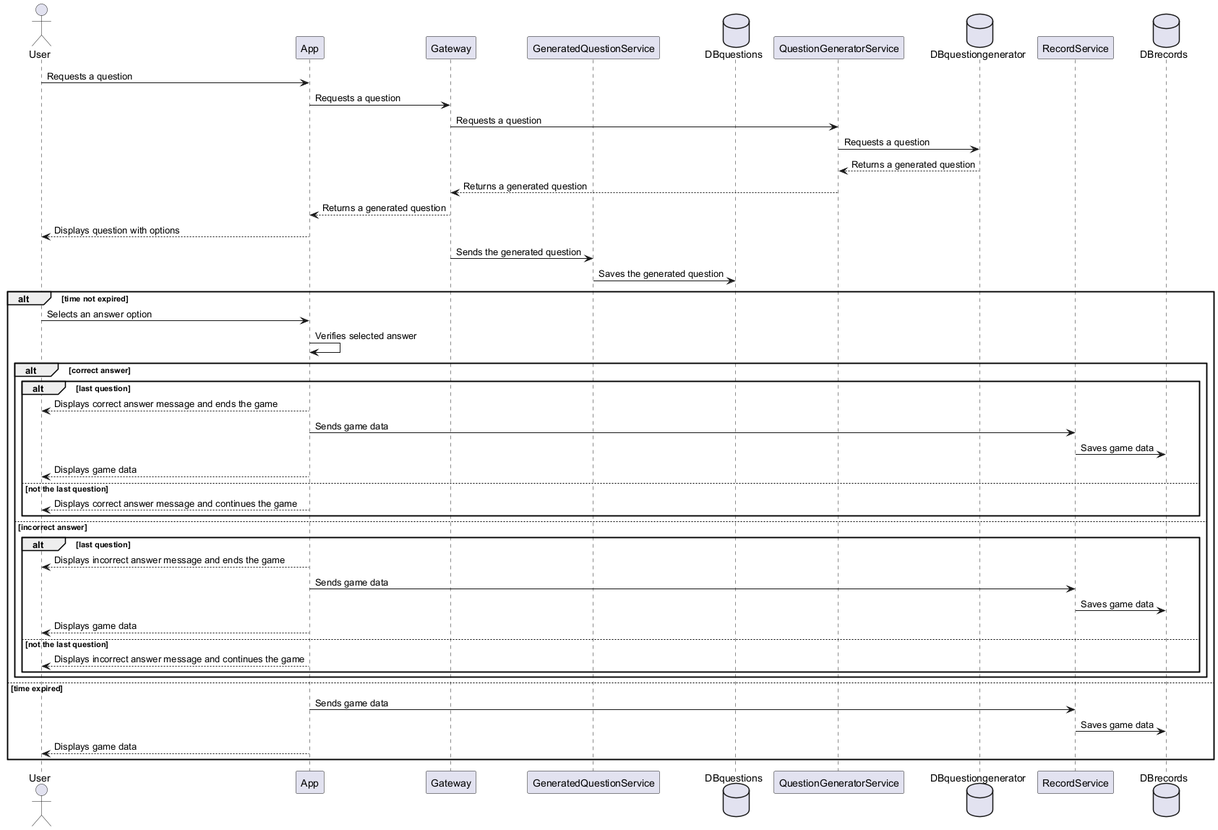
This is images/question_response.png from Arquisoft/wichat_es6b, a PlantUML export, as it was before one commit.
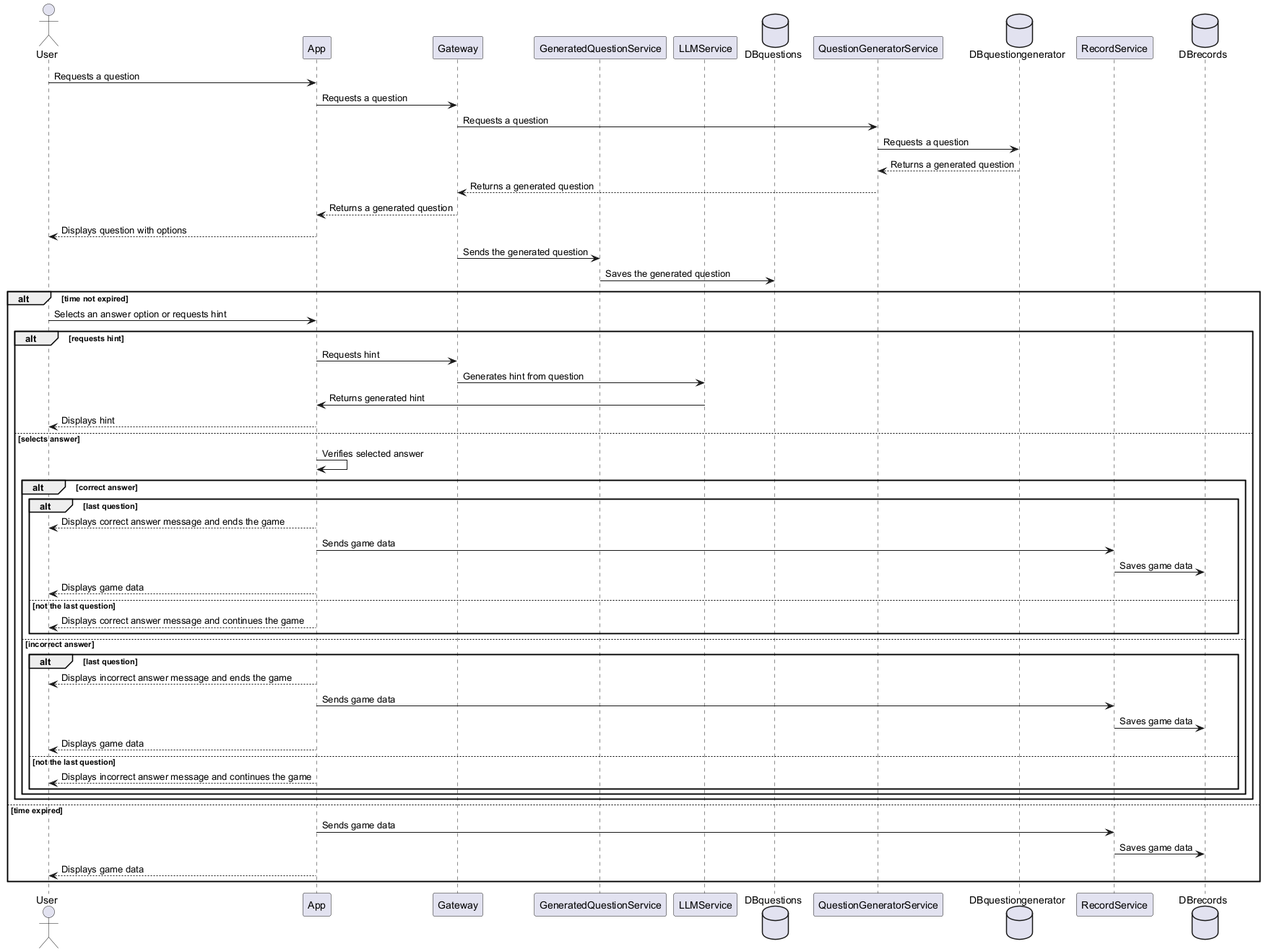
The same file after the commit.

The edit, as a diff of the source:
```diff
@@ -3,6 +3,7 @@
 participant App
 participant Gateway
 participant GeneratedQuestionService
+participant LLMService
 database DBquestions
 participant QuestionGeneratorService
 database DBquestiongenerator
@@ -21,25 +22,32 @@
 GeneratedQuestionService -> DBquestions: Saves the generated question
 
 alt time not expired
-    User -> App: Selects an answer option
-    App -> App: Verifies selected answer
-    alt correct answer
-        alt last question
-            User <-- App: Displays correct answer message and ends the game
-            App -> RecordService: Sends game data
-            RecordService -> DBrecords: Saves game data
-            User <-- App: Displays game data
-        else not the last question
-            User <-- App: Displays correct answer message and continues the game
-        end
-    else incorrect answer
-        alt last question
-            User <-- App: Displays incorrect answer message and ends the game
-            App -> RecordService: Sends game data
-            RecordService -> DBrecords: Saves game data
-            User <-- App: Displays game data
-        else not the last question
-            User <-- App: Displays incorrect answer message and continues the game
+    User -> App: Selects an answer option or requests hint
+    alt requests hint
+        App -> Gateway: Requests hint
+        Gateway -> LLMService: Generates hint from question
+        LLMService -> App: Returns generated hint
+        User <-- App: Displays hint
+    else selects answer
+        App -> App: Verifies selected answer
+        alt correct answer
+            alt last question
+                User <-- App: Displays correct answer message and ends the game
+                App -> RecordService: Sends game data
+                RecordService -> DBrecords: Saves game data
+                User <-- App: Displays game data
+            else not the last question
+                User <-- App: Displays correct answer message and continues the game
+            end
+        else incorrect answer
+            alt last question
+                User <-- App: Displays incorrect answer message and ends the game
+                App -> RecordService: Sends game data
+                RecordService -> DBrecords: Saves game data
+                User <-- App: Displays game data
+            else not the last question
+                User <-- App: Displays incorrect answer message and continues the game
+            end
         end
     end
 else time expired
```
